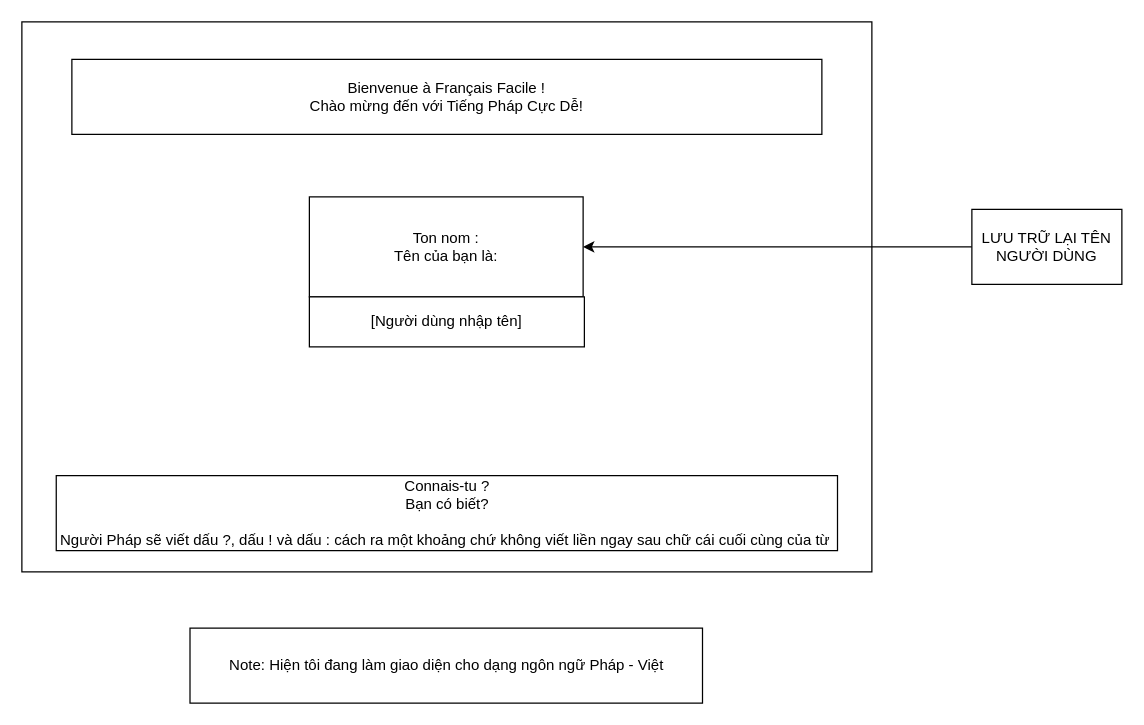
Before: page "Giao diện khởi động lần đầu tiên" (2 of 4) of SƠ ĐỒ CHỨC NĂNG TỔNG THỂ.drawio in Tran-Long-Vu/AppVocabFR, a draw.io diagram. Source tidied: cells renumbered, new cells numbered last; positions are measured from the earlier drawing's top-left corner, leaving out a move shared by most shapes. Both pictures are drawn from the tidied source at 125%, with x=0, y=0 at pixel (21, 21).
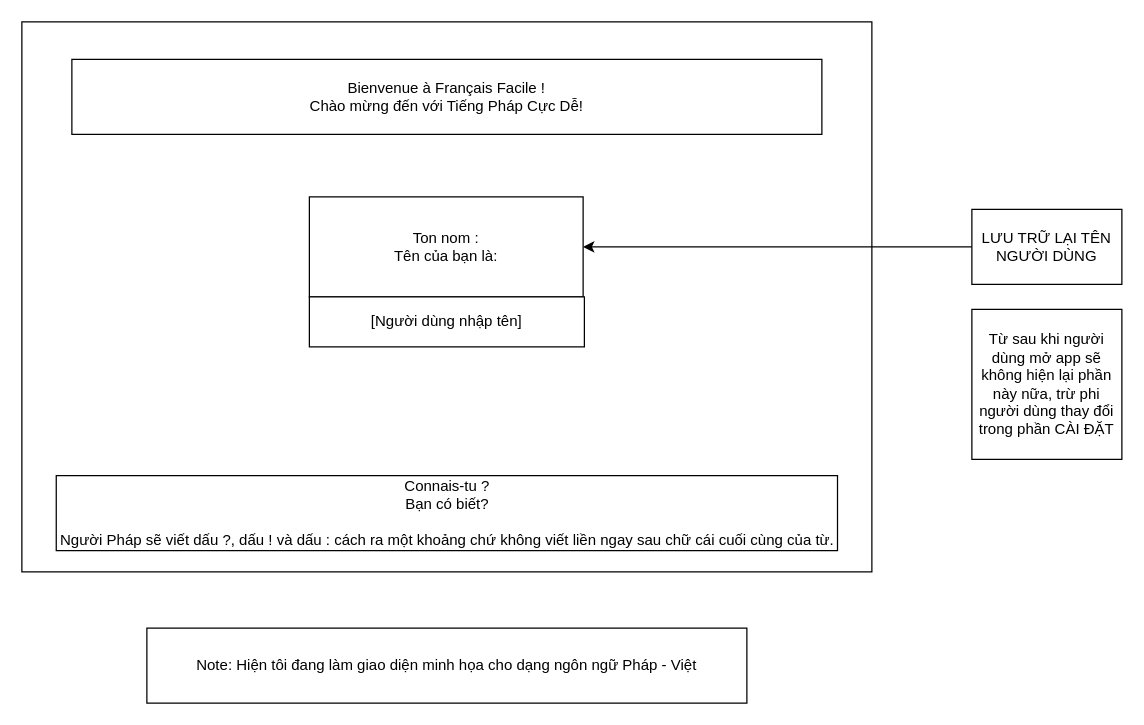
The same diagram, later.

Commit message:
SƠ ĐỒ CHỨC NĂNG TỔNG THỂ

The edit, as a diff of the source:
```diff
@@
 <mxGraphModel>
   <root>
     <mxCell id="0" />
     <mxCell id="1" parent="0" />
     <mxCell id="2" style="rounded=0;whiteSpace=wrap;html=1;" parent="1" vertex="1">
       <mxGeometry width="680" height="440" as="geometry" />
     </mxCell>
     <mxCell id="3" value="Bienvenue à&amp;nbsp;Français Facile !&lt;div&gt;Chào mừng đến với Tiếng Pháp Cực Dễ!&lt;/div&gt;" style="rounded=0;whiteSpace=wrap;html=1;" parent="1" vertex="1">
       <mxGeometry x="40" y="30" width="600" height="60" as="geometry" />
     </mxCell>
     <mxCell id="4" value="Ton nom :&lt;div&gt;Tên của bạn là:&lt;/div&gt;" style="rounded=0;whiteSpace=wrap;html=1;" parent="1" vertex="1">
       <mxGeometry x="230" y="140" width="219" height="80" as="geometry" />
     </mxCell>
     <mxCell id="5" value="[Người dùng nhập tên]" style="rounded=0;whiteSpace=wrap;html=1;" parent="1" vertex="1">
       <mxGeometry x="230" y="220" width="220" height="40" as="geometry" />
     </mxCell>
-    <mxCell id="6" value="Connais-tu ?&lt;div&gt;Bạn có biết?&lt;/div&gt;&lt;div&gt;&lt;br&gt;&lt;/div&gt;&lt;div&gt;Người Pháp sẽ viết dấu ?, dấu ! và dấu : cách ra một khoảng chứ không viết liền ngay sau chữ cái cuối cùng của từ&amp;nbsp;&lt;/div&gt;" style="rounded=0;whiteSpace=wrap;html=1;" parent="1" vertex="1">
+    <mxCell id="6" value="Connais-tu ?&lt;div&gt;Bạn có biết?&lt;/div&gt;&lt;div&gt;&lt;br&gt;&lt;/div&gt;&lt;div&gt;Người Pháp sẽ viết dấu ?, dấu ! và dấu : cách ra một khoảng chứ không viết liền ngay sau chữ cái cuối cùng của từ.&lt;/div&gt;" style="rounded=0;whiteSpace=wrap;html=1;" parent="1" vertex="1">
       <mxGeometry x="27.5" y="363" width="625" height="60" as="geometry" />
     </mxCell>
-    <mxCell id="7" value="Note: Hiện tôi đang làm giao diện cho dạng ngôn ngữ Pháp - Việt" style="rounded=0;whiteSpace=wrap;html=1;" parent="1" vertex="1">
-      <mxGeometry x="134.5" y="485" width="410" height="60" as="geometry" />
+    <mxCell id="7" value="Note: Hiện tôi đang làm giao diện minh họa cho dạng ngôn ngữ Pháp - Việt" style="rounded=0;whiteSpace=wrap;html=1;" parent="1" vertex="1">
+      <mxGeometry x="100" y="485" width="480" height="60" as="geometry" />
     </mxCell>
     <mxCell id="8" style="edgeStyle=orthogonalEdgeStyle;rounded=0;jettySize=auto;html=1;exitX=0;exitY=0.5;exitDx=0;exitDy=0;" parent="1" edge="1" source="9" target="4">
       <mxGeometry relative="1" as="geometry" />
     </mxCell>
     <mxCell id="9" value="LƯU TRỮ LẠI TÊN NGƯỜI DÙNG" style="rounded=0;whiteSpace=wrap;html=1;" parent="1" vertex="1">
       <mxGeometry x="760" y="150" width="120" height="60" as="geometry" />
     </mxCell>
+    <mxCell id="10" value="Từ sau khi người dùng mở app sẽ không hiện lại phần này nữa, trừ phi người dùng thay đổi trong phần CÀI ĐẶT" style="rounded=0;whiteSpace=wrap;html=1;" parent="1" vertex="1">
+      <mxGeometry x="760" y="230" width="120" height="120" as="geometry" />
+    </mxCell>
   </root>
 </mxGraphModel>
```
